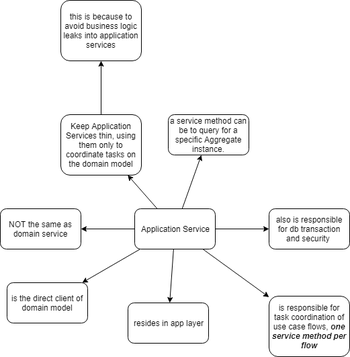
Earlier version of the draw.io export DDD_Application_Services_Overview.PNG (stsiwo/ddd_concept). Source tidied: cells renumbered, new cells last; positions are measured from the earlier drawing's top-left corner, leaving out a move shared by most shapes. The source it was exported from:
```xml
<mxGraphModel background="#FFFFFF">
  <root>
    <mxCell id="0" />
    <mxCell id="1" parent="0" />
    <mxCell id="2" style="rounded=0;jettySize=auto;html=1;" parent="1" edge="1" source="9" target="18">
      <mxGeometry relative="1" as="geometry" />
    </mxCell>
    <mxCell id="3" style="rounded=0;jettySize=auto;html=1;" parent="1" edge="1" source="9" target="17">
      <mxGeometry relative="1" as="geometry" />
    </mxCell>
    <mxCell id="4" style="edgeStyle=none;rounded=0;jettySize=auto;html=1;" parent="1" edge="1" source="9" target="16">
      <mxGeometry relative="1" as="geometry" />
    </mxCell>
    <mxCell id="5" style="edgeStyle=none;rounded=0;jettySize=auto;html=1;" parent="1" edge="1" source="9" target="15">
      <mxGeometry relative="1" as="geometry" />
    </mxCell>
    <mxCell id="6" style="edgeStyle=none;rounded=0;jettySize=auto;html=1;" parent="1" edge="1" source="9" target="14">
      <mxGeometry relative="1" as="geometry" />
    </mxCell>
    <mxCell id="7" style="edgeStyle=none;rounded=0;jettySize=auto;html=1;" parent="1" edge="1" source="9" target="12">
      <mxGeometry relative="1" as="geometry" />
    </mxCell>
    <mxCell id="8" style="edgeStyle=none;rounded=0;jettySize=auto;html=1;" parent="1" edge="1" source="9" target="10">
      <mxGeometry relative="1" as="geometry" />
    </mxCell>
    <mxCell id="9" value="Application Service" style="rounded=1;whiteSpace=wrap;html=1;" parent="1" vertex="1">
      <mxGeometry x="200" y="310" width="120" height="60" as="geometry" />
    </mxCell>
    <mxCell id="10" value="a service method can be to query for a specific Aggregate instance." style="rounded=1;whiteSpace=wrap;html=1;" parent="1" vertex="1">
      <mxGeometry x="250" y="170" width="120" height="60" as="geometry" />
    </mxCell>
    <mxCell id="11" style="edgeStyle=none;rounded=0;jettySize=auto;html=1;" parent="1" edge="1" source="12" target="13">
      <mxGeometry relative="1" as="geometry" />
    </mxCell>
    <mxCell id="12" value="Keep Application Services thin, using them only to coordinate tasks on the domain model" style="rounded=1;whiteSpace=wrap;html=1;" parent="1" vertex="1">
      <mxGeometry x="90" y="170" width="120" height="90" as="geometry" />
    </mxCell>
    <mxCell id="13" value="this is because to avoid business logic leaks into application services" style="rounded=1;whiteSpace=wrap;html=1;" parent="1" vertex="1">
      <mxGeometry x="90" width="120" height="90" as="geometry" />
    </mxCell>
    <mxCell id="14" value="NOT the same as domain service" style="rounded=1;whiteSpace=wrap;html=1;" parent="1" vertex="1">
      <mxGeometry y="310" width="120" height="60" as="geometry" />
    </mxCell>
    <mxCell id="15" value="also is responsible for db transaction and security&amp;nbsp;" style="rounded=1;whiteSpace=wrap;html=1;" parent="1" vertex="1">
      <mxGeometry x="400" y="310" width="120" height="60" as="geometry" />
    </mxCell>
    <mxCell id="16" value="is responsible for task coordination of use case flows, &lt;b&gt;&lt;i&gt;one service method per flow&lt;/i&gt;&lt;/b&gt;" style="rounded=1;whiteSpace=wrap;html=1;" parent="1" vertex="1">
      <mxGeometry x="400" y="440" width="120" height="90" as="geometry" />
    </mxCell>
    <mxCell id="17" value="is the direct client of domain model" style="rounded=1;whiteSpace=wrap;html=1;" parent="1" vertex="1">
      <mxGeometry x="10" y="420" width="120" height="60" as="geometry" />
    </mxCell>
    <mxCell id="18" value="resides in app layer" style="rounded=1;whiteSpace=wrap;html=1;" parent="1" vertex="1">
      <mxGeometry x="190" y="450" width="120" height="60" as="geometry" />
    </mxCell>
  </root>
</mxGraphModel>
```
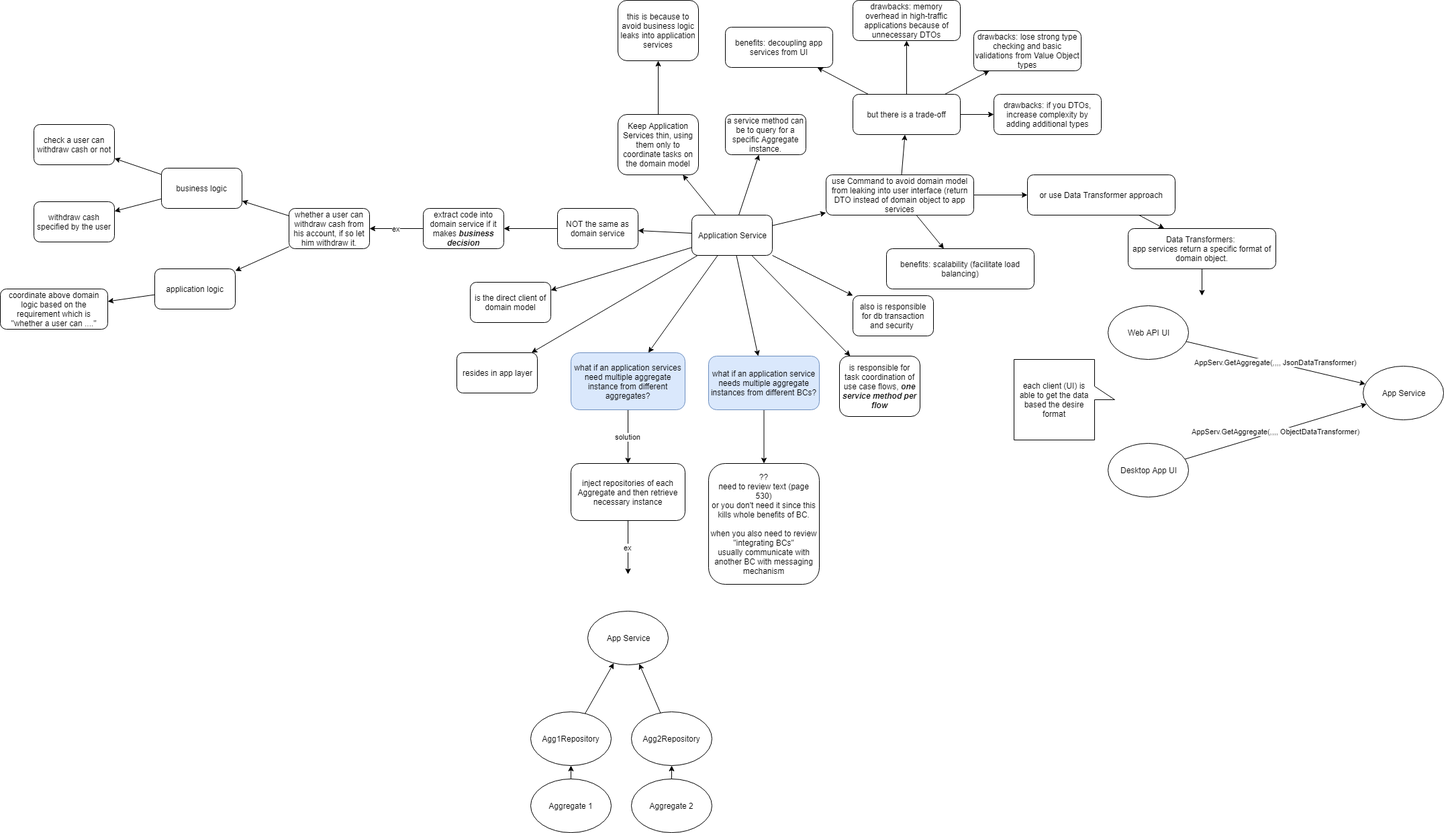
Later version of the same file.

What changed in the source:
```diff
@@ -23,9 +23,97 @@
     <mxCell id="8" style="edgeStyle=none;rounded=0;jettySize=auto;html=1;" parent="1" edge="1" source="9" target="10">
       <mxGeometry relative="1" as="geometry" />
     </mxCell>
+    <mxCell id="19" style="edgeStyle=none;rounded=0;jettySize=auto;html=1;" parent="1" edge="1" source="9" target="32">
+      <mxGeometry relative="1" as="geometry" />
+    </mxCell>
+    <mxCell id="20" style="edgeStyle=none;rounded=0;jettySize=auto;html=1;" parent="1" edge="1" source="9" target="26">
+      <mxGeometry relative="1" as="geometry" />
+    </mxCell>
+    <mxCell id="21" style="edgeStyle=none;rounded=0;jettySize=auto;html=1;" parent="1" edge="1" source="9" target="23">
+      <mxGeometry relative="1" as="geometry" />
+    </mxCell>
     <mxCell id="9" value="Application Service" style="rounded=1;whiteSpace=wrap;html=1;" parent="1" vertex="1">
-      <mxGeometry x="200" y="310" width="120" height="60" as="geometry" />
+      <mxGeometry x="200" y="320" width="120" height="60" as="geometry" />
     </mxCell>
+    <mxCell id="22" style="edgeStyle=none;rounded=0;jettySize=auto;html=1;" parent="1" edge="1" source="23" target="24">
+      <mxGeometry relative="1" as="geometry" />
+    </mxCell>
+    <mxCell id="23" value="what if an application service needs multiple aggregate instances from different BCs?" style="rounded=1;whiteSpace=wrap;html=1;fillColor=#dae8fc;strokeColor=#6c8ebf;" parent="1" vertex="1">
+      <mxGeometry x="225" y="530" width="165" height="80" as="geometry" />
+    </mxCell>
+    <mxCell id="24" value="??&lt;br&gt;need to review text (page 530)&lt;br&gt;or you don't need it since this kills whole benefits of BC.&lt;br&gt;&lt;br&gt;when you also need to review &quot;integrating BCs&quot;&lt;br&gt;usually communicate with another BC with messaging mechanism&lt;br&gt;" style="rounded=1;whiteSpace=wrap;html=1;" parent="1" vertex="1">
+      <mxGeometry x="225" y="690" width="165" height="180" as="geometry" />
+    </mxCell>
+    <mxCell id="25" value="solution" style="edgeStyle=none;rounded=0;jettySize=auto;html=1;" parent="1" edge="1" source="26" target="28">
+      <mxGeometry relative="1" as="geometry" />
+    </mxCell>
+    <mxCell id="26" value="what if an application services need multiple aggregate instance from different aggregates?" style="rounded=1;whiteSpace=wrap;html=1;fillColor=#dae8fc;strokeColor=#6c8ebf;" parent="1" vertex="1">
+      <mxGeometry x="20" y="525" width="170" height="85" as="geometry" />
+    </mxCell>
+    <mxCell id="27" value="ex" style="edgeStyle=none;rounded=0;jettySize=auto;html=1;" parent="1" edge="1" source="28">
+      <mxGeometry relative="1" as="geometry">
+        <mxPoint x="105" y="855" as="targetPoint" />
+      </mxGeometry>
+    </mxCell>
+    <mxCell id="28" value="inject repositories of each Aggregate and then retrieve necessary instance" style="rounded=1;whiteSpace=wrap;html=1;" parent="1" vertex="1">
+      <mxGeometry x="20" y="690" width="170" height="85" as="geometry" />
+    </mxCell>
+    <mxCell id="29" style="edgeStyle=none;rounded=0;jettySize=auto;html=1;" parent="1" edge="1" source="32" target="42">
+      <mxGeometry relative="1" as="geometry" />
+    </mxCell>
+    <mxCell id="30" style="edgeStyle=none;rounded=0;jettySize=auto;html=1;" parent="1" edge="1" source="32" target="35">
+      <mxGeometry relative="1" as="geometry" />
+    </mxCell>
+    <mxCell id="31" style="edgeStyle=none;rounded=0;jettySize=auto;html=1;" parent="1" edge="1" source="32" target="33">
+      <mxGeometry relative="1" as="geometry" />
+    </mxCell>
+    <mxCell id="32" value="use Command to avoid domain model from leaking into user interface (return DTO instead of domain object to app services" style="rounded=1;whiteSpace=wrap;html=1;" parent="1" vertex="1">
+      <mxGeometry x="400" y="260" width="220" height="60" as="geometry" />
+    </mxCell>
+    <mxCell id="33" value="benefits: scalability (facilitate load balancing)" style="rounded=1;whiteSpace=wrap;html=1;" parent="1" vertex="1">
+      <mxGeometry x="490" y="370" width="220" height="60" as="geometry" />
+    </mxCell>
+    <mxCell id="34" style="edgeStyle=none;rounded=0;jettySize=auto;html=1;" parent="1" edge="1" source="35" target="37">
+      <mxGeometry relative="1" as="geometry" />
+    </mxCell>
+    <mxCell id="35" value="or use Data Transformer approach" style="rounded=1;whiteSpace=wrap;html=1;" parent="1" vertex="1">
+      <mxGeometry x="700" y="260" width="220" height="60" as="geometry" />
+    </mxCell>
+    <mxCell id="36" style="edgeStyle=none;rounded=0;jettySize=auto;html=1;" parent="1" edge="1" source="37">
+      <mxGeometry relative="1" as="geometry">
+        <mxPoint x="960" y="440" as="targetPoint" />
+      </mxGeometry>
+    </mxCell>
+    <mxCell id="37" value="Data Transformers:&amp;nbsp;&lt;br&gt;app services return a specific format of domain object.&lt;br&gt;" style="rounded=1;whiteSpace=wrap;html=1;" parent="1" vertex="1">
+      <mxGeometry x="850" y="340" width="220" height="60" as="geometry" />
+    </mxCell>
+    <mxCell id="38" style="edgeStyle=none;rounded=0;jettySize=auto;html=1;" parent="1" edge="1" source="42" target="46">
+      <mxGeometry relative="1" as="geometry" />
+    </mxCell>
+    <mxCell id="39" style="edgeStyle=none;rounded=0;jettySize=auto;html=1;" parent="1" edge="1" source="42" target="45">
+      <mxGeometry relative="1" as="geometry" />
+    </mxCell>
+    <mxCell id="40" style="edgeStyle=none;rounded=0;jettySize=auto;html=1;" parent="1" edge="1" source="42" target="44">
+      <mxGeometry relative="1" as="geometry" />
+    </mxCell>
+    <mxCell id="41" style="edgeStyle=none;rounded=0;jettySize=auto;html=1;" parent="1" edge="1" source="42" target="43">
+      <mxGeometry relative="1" as="geometry" />
+    </mxCell>
+    <mxCell id="42" value="but there is a trade-off" style="rounded=1;whiteSpace=wrap;html=1;" parent="1" vertex="1">
+      <mxGeometry x="440" y="140" width="160" height="60" as="geometry" />
+    </mxCell>
+    <mxCell id="43" value="drawbacks: memory overhead in high-traffic applications because of unnecessary DTOs" style="rounded=1;whiteSpace=wrap;html=1;" parent="1" vertex="1">
+      <mxGeometry x="440" width="160" height="60" as="geometry" />
+    </mxCell>
+    <mxCell id="44" value="drawbacks: if you DTOs, increase complexity by adding additional types" style="rounded=1;whiteSpace=wrap;html=1;" parent="1" vertex="1">
+      <mxGeometry x="650" y="140" width="160" height="60" as="geometry" />
+    </mxCell>
+    <mxCell id="45" value="drawbacks: lose strong type checking and basic validations from Value Object types" style="rounded=1;whiteSpace=wrap;html=1;" parent="1" vertex="1">
+      <mxGeometry x="620" y="45" width="160" height="60" as="geometry" />
+    </mxCell>
+    <mxCell id="46" value="benefits: decoupling app services from UI" style="rounded=1;whiteSpace=wrap;html=1;" parent="1" vertex="1">
+      <mxGeometry x="250" y="40" width="160" height="60" as="geometry" />
+    </mxCell>
     <mxCell id="10" value="a service method can be to query for a specific Aggregate instance." style="rounded=1;whiteSpace=wrap;html=1;" parent="1" vertex="1">
       <mxGeometry x="250" y="170" width="120" height="60" as="geometry" />
     </mxCell>
@@ -38,20 +126,107 @@
     <mxCell id="13" value="this is because to avoid business logic leaks into application services" style="rounded=1;whiteSpace=wrap;html=1;" parent="1" vertex="1">
       <mxGeometry x="90" width="120" height="90" as="geometry" />
     </mxCell>
+    <mxCell id="47" style="edgeStyle=none;rounded=0;jettySize=auto;html=1;" parent="1" edge="1" source="14" target="49">
+      <mxGeometry relative="1" as="geometry" />
+    </mxCell>
     <mxCell id="14" value="NOT the same as domain service" style="rounded=1;whiteSpace=wrap;html=1;" parent="1" vertex="1">
       <mxGeometry y="310" width="120" height="60" as="geometry" />
     </mxCell>
+    <mxCell id="48" value="ex" style="edgeStyle=none;rounded=0;jettySize=auto;html=1;" parent="1" edge="1" source="49" target="52">
+      <mxGeometry relative="1" as="geometry" />
+    </mxCell>
+    <mxCell id="49" value="extract code into domain service if it makes &lt;b&gt;&lt;i&gt;business decision&lt;/i&gt;&lt;/b&gt;" style="rounded=1;whiteSpace=wrap;html=1;" parent="1" vertex="1">
+      <mxGeometry x="-200" y="310" width="120" height="60" as="geometry" />
+    </mxCell>
+    <mxCell id="50" style="edgeStyle=none;rounded=0;jettySize=auto;html=1;" parent="1" edge="1" source="52" target="58">
+      <mxGeometry relative="1" as="geometry" />
+    </mxCell>
+    <mxCell id="51" style="edgeStyle=none;rounded=0;jettySize=auto;html=1;" parent="1" edge="1" source="52" target="54">
+      <mxGeometry relative="1" as="geometry" />
+    </mxCell>
+    <mxCell id="52" value="whether a user can withdraw cash from his account, if so let him withdraw it." style="rounded=1;whiteSpace=wrap;html=1;" parent="1" vertex="1">
+      <mxGeometry x="-400" y="310" width="120" height="60" as="geometry" />
+    </mxCell>
+    <mxCell id="53" style="edgeStyle=none;rounded=0;jettySize=auto;html=1;" parent="1" edge="1" source="54" target="55">
+      <mxGeometry relative="1" as="geometry" />
+    </mxCell>
+    <mxCell id="54" value="application logic" style="rounded=1;whiteSpace=wrap;html=1;" parent="1" vertex="1">
+      <mxGeometry x="-600" y="400" width="120" height="60" as="geometry" />
+    </mxCell>
+    <mxCell id="55" value="coordinate above domain logic based on the requirement which is &quot;whether a user can ....&quot;" style="rounded=1;whiteSpace=wrap;html=1;" parent="1" vertex="1">
+      <mxGeometry x="-830" y="430" width="160" height="60" as="geometry" />
+    </mxCell>
+    <mxCell id="56" style="edgeStyle=none;rounded=0;jettySize=auto;html=1;" parent="1" edge="1" source="58" target="60">
+      <mxGeometry relative="1" as="geometry" />
+    </mxCell>
+    <mxCell id="57" style="edgeStyle=none;rounded=0;jettySize=auto;html=1;" parent="1" edge="1" source="58" target="59">
+      <mxGeometry relative="1" as="geometry" />
+    </mxCell>
+    <mxCell id="58" value="business logic" style="rounded=1;whiteSpace=wrap;html=1;" parent="1" vertex="1">
+      <mxGeometry x="-590" y="250" width="120" height="60" as="geometry" />
+    </mxCell>
+    <mxCell id="59" value="withdraw cash specified by the user" style="rounded=1;whiteSpace=wrap;html=1;" parent="1" vertex="1">
+      <mxGeometry x="-780" y="300" width="120" height="60" as="geometry" />
+    </mxCell>
+    <mxCell id="60" value="check a user can withdraw cash or not" style="rounded=1;whiteSpace=wrap;html=1;" parent="1" vertex="1">
+      <mxGeometry x="-780" y="185" width="120" height="60" as="geometry" />
+    </mxCell>
     <mxCell id="15" value="also is responsible for db transaction and security&amp;nbsp;" style="rounded=1;whiteSpace=wrap;html=1;" parent="1" vertex="1">
-      <mxGeometry x="400" y="310" width="120" height="60" as="geometry" />
+      <mxGeometry x="440" y="440" width="120" height="60" as="geometry" />
     </mxCell>
     <mxCell id="16" value="is responsible for task coordination of use case flows, &lt;b&gt;&lt;i&gt;one service method per flow&lt;/i&gt;&lt;/b&gt;" style="rounded=1;whiteSpace=wrap;html=1;" parent="1" vertex="1">
-      <mxGeometry x="400" y="440" width="120" height="90" as="geometry" />
+      <mxGeometry x="420" y="530" width="120" height="90" as="geometry" />
     </mxCell>
     <mxCell id="17" value="is the direct client of domain model" style="rounded=1;whiteSpace=wrap;html=1;" parent="1" vertex="1">
-      <mxGeometry x="10" y="420" width="120" height="60" as="geometry" />
+      <mxGeometry x="-130" y="420" width="120" height="60" as="geometry" />
     </mxCell>
     <mxCell id="18" value="resides in app layer" style="rounded=1;whiteSpace=wrap;html=1;" parent="1" vertex="1">
-      <mxGeometry x="190" y="450" width="120" height="60" as="geometry" />
+      <mxGeometry x="-150" y="525" width="120" height="60" as="geometry" />
     </mxCell>
+    <mxCell id="61" value="App Service" style="ellipse;whiteSpace=wrap;html=1;" parent="1" vertex="1">
+      <mxGeometry x="1200" y="545" width="120" height="80" as="geometry" />
+    </mxCell>
+    <mxCell id="62" value="AppServ.GetAggregate(,,,, JsonDataTransformer)" style="edgeStyle=none;rounded=0;jettySize=auto;html=1;" parent="1" edge="1" source="63" target="61">
+      <mxGeometry relative="1" as="geometry" />
+    </mxCell>
+    <mxCell id="63" value="Web API UI" style="ellipse;whiteSpace=wrap;html=1;" parent="1" vertex="1">
+      <mxGeometry x="820" y="455" width="120" height="80" as="geometry" />
+    </mxCell>
+    <mxCell id="64" value="AppServ.GetAggregate(,,,, ObjectDataTransformer)" style="edgeStyle=none;rounded=0;jettySize=auto;html=1;" parent="1" edge="1" source="65" target="61">
+      <mxGeometry relative="1" as="geometry" />
+    </mxCell>
+    <mxCell id="65" value="Desktop App UI" style="ellipse;whiteSpace=wrap;html=1;" parent="1" vertex="1">
+      <mxGeometry x="820" y="660" width="120" height="80" as="geometry" />
+    </mxCell>
+    <mxCell id="66" value="each client (UI) is able to get the data based the desire format" style="shape=callout;whiteSpace=wrap;html=1;perimeter=calloutPerimeter;direction=north;" parent="1" vertex="1">
+      <mxGeometry x="680" y="535" width="150" height="120" as="geometry" />
+    </mxCell>
+    <mxCell id="67" value="App Service" style="ellipse;whiteSpace=wrap;html=1;" parent="1" vertex="1">
+      <mxGeometry x="45" y="910" width="120" height="80" as="geometry" />
+    </mxCell>
+    <mxCell id="68" style="edgeStyle=none;rounded=0;jettySize=auto;html=1;" parent="1" edge="1" source="69" target="71">
+      <mxGeometry relative="1" as="geometry" />
+    </mxCell>
+    <mxCell id="69" value="Aggregate 1" style="ellipse;whiteSpace=wrap;html=1;" parent="1" vertex="1">
+      <mxGeometry x="-40" y="1160" width="120" height="80" as="geometry" />
+    </mxCell>
+    <mxCell id="70" style="edgeStyle=none;rounded=0;jettySize=auto;html=1;" parent="1" edge="1" source="71" target="67">
+      <mxGeometry relative="1" as="geometry" />
+    </mxCell>
+    <mxCell id="71" value="Agg1Repository" style="ellipse;whiteSpace=wrap;html=1;" parent="1" vertex="1">
+      <mxGeometry x="-40" y="1060" width="120" height="80" as="geometry" />
+    </mxCell>
+    <mxCell id="72" style="edgeStyle=none;rounded=0;jettySize=auto;html=1;" parent="1" edge="1" source="73" target="75">
+      <mxGeometry relative="1" as="geometry" />
+    </mxCell>
+    <mxCell id="73" value="Aggregate 2" style="ellipse;whiteSpace=wrap;html=1;" parent="1" vertex="1">
+      <mxGeometry x="110" y="1160" width="120" height="80" as="geometry" />
+    </mxCell>
+    <mxCell id="74" style="edgeStyle=none;rounded=0;jettySize=auto;html=1;" parent="1" edge="1" source="75" target="67">
+      <mxGeometry relative="1" as="geometry" />
+    </mxCell>
+    <mxCell id="75" value="Agg2Repository" style="ellipse;whiteSpace=wrap;html=1;" parent="1" vertex="1">
+      <mxGeometry x="110" y="1060" width="120" height="80" as="geometry" />
+    </mxCell>
   </root>
 </mxGraphModel>
```
